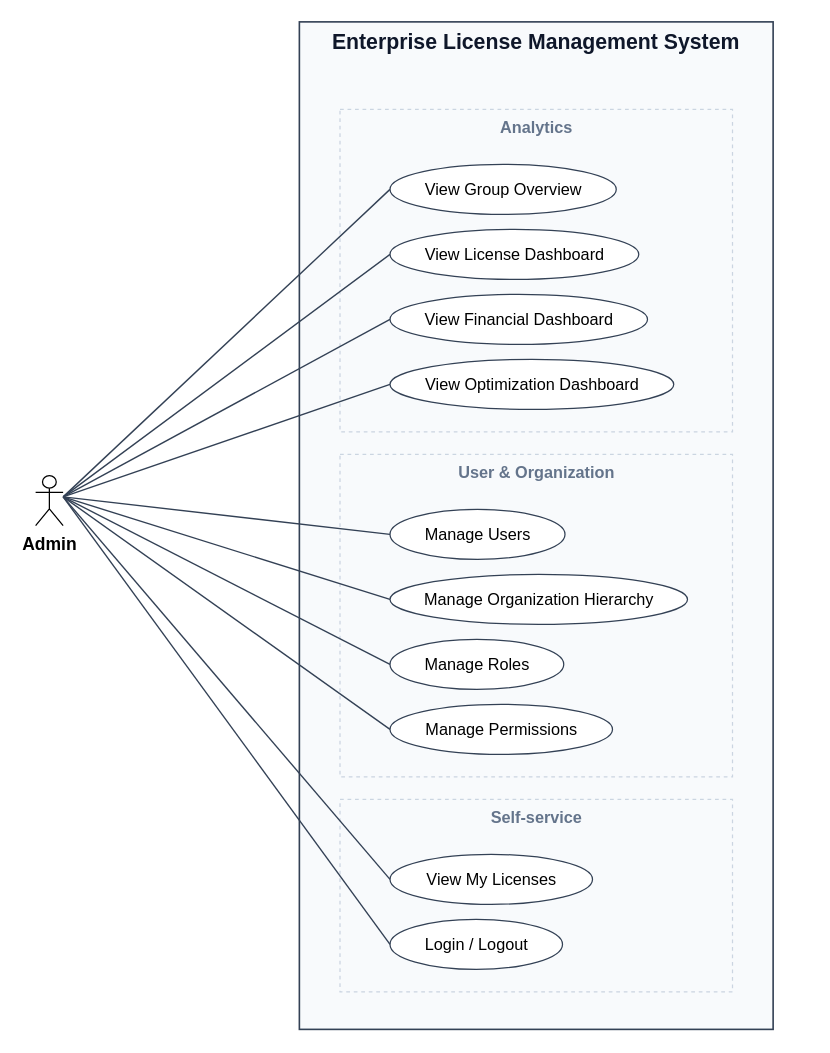
Above: docs/diagrams/out/uc_admin.drawio in cuonglpv/VFast (draw.io), before the change. Source tidied: cells renumbered, new cells numbered last; positions are measured from the earlier drawing's top-left corner, leaving out a move shared by most shapes. Both pictures are drawn from the tidied source at 125%, with x=0, y=0 at pixel (35, 21).
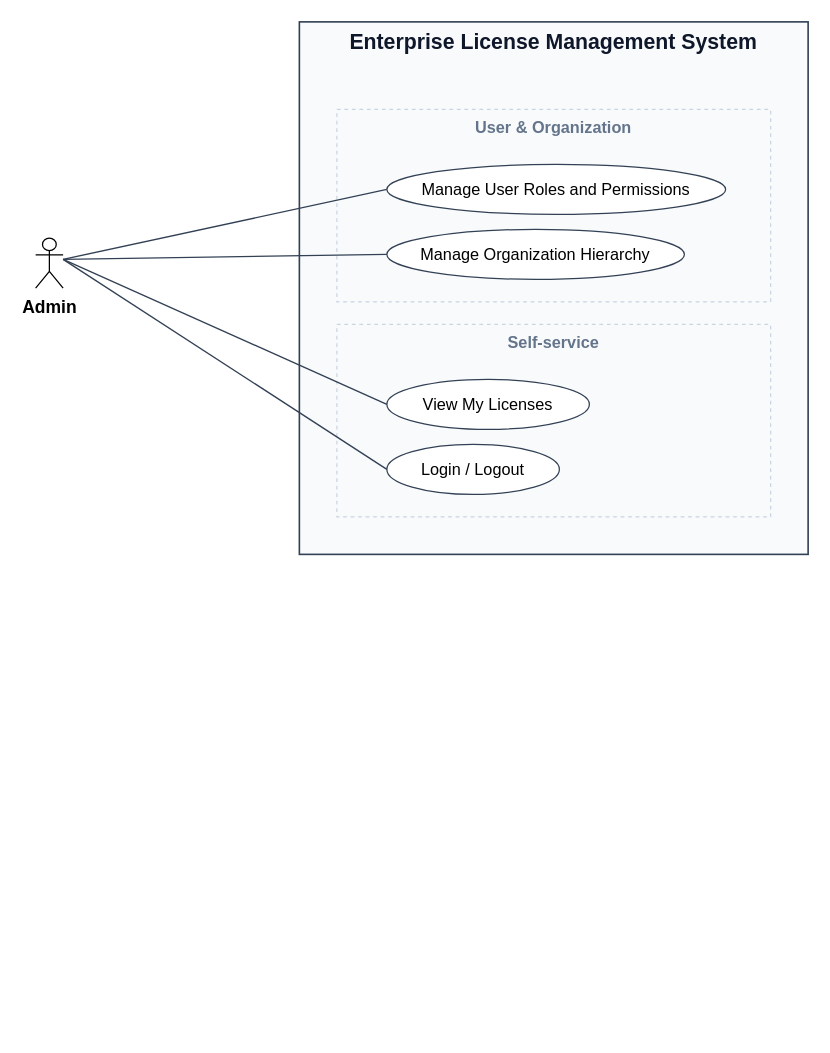
Above is the later version.

The edit, as a diff of the source:
```diff
@@
     <mxCell id="2" value="Enterprise License Management System" style="rounded=0;arcSize=0;absoluteArcSize=1;whiteSpace=wrap;html=1;fillColor=#F8FAFC;strokeColor=#334155;strokeWidth=1.3;fontSize=17;fontColor=#0f172a;align=center;verticalAlign=top;fontStyle=1;" parent="1" vertex="1">
-      <mxGeometry x="211" width="379" height="806" as="geometry" />
+      <mxGeometry x="211" width="407" height="426" as="geometry" />
     </mxCell>
-    <mxCell id="3" value="Analytics" style="rounded=0;arcSize=0;absoluteArcSize=1;whiteSpace=wrap;html=1;fillColor=#F8FAFC;strokeColor=#CBD5E1;strokeWidth=1;fontSize=13;fontColor=#64748B;align=center;verticalAlign=top;dashed=1;fontStyle=1;" parent="1" vertex="1">
-      <mxGeometry x="243.5" y="70" width="314" height="258" as="geometry" />
+    <mxCell id="3" value="User &amp;amp; Organization" style="rounded=0;arcSize=0;absoluteArcSize=1;whiteSpace=wrap;html=1;fillColor=#F8FAFC;strokeColor=#CBD5E1;strokeWidth=1;fontSize=13;fontColor=#64748B;align=center;verticalAlign=top;dashed=1;fontStyle=1;" parent="1" vertex="1">
+      <mxGeometry x="241" y="70" width="347" height="154" as="geometry" />
     </mxCell>
-    <mxCell id="4" value="View Group Overview" style="ellipse;whiteSpace=wrap;html=1;fillColor=#ffffff;strokeColor=#334155;fontSize=13;fontColor=#000000;" parent="1" vertex="1">
-      <mxGeometry x="283.5" y="114" width="181" height="40" as="geometry" />
+    <mxCell id="4" value="Manage User Roles and Permissions" style="ellipse;whiteSpace=wrap;html=1;fillColor=#ffffff;strokeColor=#334155;fontSize=13;fontColor=#000000;" parent="1" vertex="1">
+      <mxGeometry x="281" y="114" width="271" height="40" as="geometry" />
     </mxCell>
-    <mxCell id="5" value="View License Dashboard" style="ellipse;whiteSpace=wrap;html=1;fillColor=#ffffff;strokeColor=#334155;fontSize=13;fontColor=#000000;" parent="1" vertex="1">
-      <mxGeometry x="283.5" y="166" width="199" height="40" as="geometry" />
+    <mxCell id="5" value="Manage Organization Hierarchy" style="ellipse;whiteSpace=wrap;html=1;fillColor=#ffffff;strokeColor=#334155;fontSize=13;fontColor=#000000;" parent="1" vertex="1">
+      <mxGeometry x="281" y="166" width="238" height="40" as="geometry" />
     </mxCell>
-    <mxCell id="6" value="View Financial Dashboard" style="ellipse;whiteSpace=wrap;html=1;fillColor=#ffffff;strokeColor=#334155;fontSize=13;fontColor=#000000;" parent="1" vertex="1">
-      <mxGeometry x="283.5" y="218" width="206" height="40" as="geometry" />
+    <mxCell id="6" value="Self-service" style="rounded=0;arcSize=0;absoluteArcSize=1;whiteSpace=wrap;html=1;fillColor=#F8FAFC;strokeColor=#CBD5E1;strokeWidth=1;fontSize=13;fontColor=#64748B;align=center;verticalAlign=top;dashed=1;fontStyle=1;" parent="1" vertex="1">
+      <mxGeometry x="241" y="242" width="347" height="154" as="geometry" />
     </mxCell>
-    <mxCell id="7" value="View Optimization Dashboard" style="ellipse;whiteSpace=wrap;html=1;fillColor=#ffffff;strokeColor=#334155;fontSize=13;fontColor=#000000;" parent="1" vertex="1">
-      <mxGeometry x="283.5" y="270" width="227" height="40" as="geometry" />
+    <mxCell id="7" value="View My Licenses" style="ellipse;whiteSpace=wrap;html=1;fillColor=#ffffff;strokeColor=#334155;fontSize=13;fontColor=#000000;" parent="1" vertex="1">
+      <mxGeometry x="281" y="286" width="162" height="40" as="geometry" />
     </mxCell>
-    <mxCell id="8" value="User &amp;amp; Organization" style="rounded=0;arcSize=0;absoluteArcSize=1;whiteSpace=wrap;html=1;fillColor=#F8FAFC;strokeColor=#CBD5E1;strokeWidth=1;fontSize=13;fontColor=#64748B;align=center;verticalAlign=top;dashed=1;fontStyle=1;" parent="1" vertex="1">
-      <mxGeometry x="243.5" y="346" width="314" height="258" as="geometry" />
+    <mxCell id="8" value="Login / Logout" style="ellipse;whiteSpace=wrap;html=1;fillColor=#ffffff;strokeColor=#334155;fontSize=13;fontColor=#000000;" parent="1" vertex="1">
+      <mxGeometry x="281" y="338" width="138" height="40" as="geometry" />
     </mxCell>
-    <mxCell id="9" value="Manage Users" style="ellipse;whiteSpace=wrap;html=1;fillColor=#ffffff;strokeColor=#334155;fontSize=13;fontColor=#000000;" parent="1" vertex="1">
-      <mxGeometry x="283.5" y="390" width="140" height="40" as="geometry" />
+    <mxCell id="9" value="Admin" style="shape=umlActor;html=1;verticalLabelPosition=bottom;verticalAlign=top;labelPosition=center;align=center;fontSize=14;fontStyle=1;" parent="1" vertex="1">
+      <mxGeometry y="173" width="22" height="40" as="geometry" />
     </mxCell>
-    <mxCell id="10" value="Manage Organization Hierarchy" style="ellipse;whiteSpace=wrap;html=1;fillColor=#ffffff;strokeColor=#334155;fontSize=13;fontColor=#000000;" parent="1" vertex="1">
-      <mxGeometry x="283.5" y="442" width="238" height="40" as="geometry" />
+    <mxCell id="10" style="html=1;rounded=0;endArrow=none;endFill=0;startArrow=none;startFill=0;strokeColor=#334155;strokeWidth=1.1;" parent="1" edge="1">
+      <mxGeometry relative="1" as="geometry">
+        <mxPoint x="22" y="190" as="sourcePoint" />
+        <mxPoint x="281" y="134" as="targetPoint" />
+      </mxGeometry>
     </mxCell>
-    <mxCell id="11" value="Manage Roles" style="ellipse;whiteSpace=wrap;html=1;fillColor=#ffffff;strokeColor=#334155;fontSize=13;fontColor=#000000;" parent="1" vertex="1">
-      <mxGeometry x="283.5" y="494" width="139" height="40" as="geometry" />
+    <mxCell id="11" style="html=1;rounded=0;endArrow=none;endFill=0;startArrow=none;startFill=0;strokeColor=#334155;strokeWidth=1.1;" parent="1" edge="1">
+      <mxGeometry relative="1" as="geometry">
+        <mxPoint x="22" y="190" as="sourcePoint" />
+        <mxPoint x="281" y="186" as="targetPoint" />
+      </mxGeometry>
     </mxCell>
-    <mxCell id="12" value="Manage Permissions" style="ellipse;whiteSpace=wrap;html=1;fillColor=#ffffff;strokeColor=#334155;fontSize=13;fontColor=#000000;" parent="1" vertex="1">
-      <mxGeometry x="283.5" y="546" width="178" height="40" as="geometry" />
+    <mxCell id="12" style="html=1;rounded=0;endArrow=none;endFill=0;startArrow=none;startFill=0;strokeColor=#334155;strokeWidth=1.1;" parent="1" edge="1">
+      <mxGeometry relative="1" as="geometry">
+        <mxPoint x="22" y="190" as="sourcePoint" />
+        <mxPoint x="281" y="306" as="targetPoint" />
+      </mxGeometry>
     </mxCell>
-    <mxCell id="13" value="Self-service" style="rounded=0;arcSize=0;absoluteArcSize=1;whiteSpace=wrap;html=1;fillColor=#F8FAFC;strokeColor=#CBD5E1;strokeWidth=1;fontSize=13;fontColor=#64748B;align=center;verticalAlign=top;dashed=1;fontStyle=1;" parent="1" vertex="1">
-      <mxGeometry x="243.5" y="622" width="314" height="154" as="geometry" />
+    <mxCell id="13" style="html=1;rounded=0;endArrow=none;endFill=0;startArrow=none;startFill=0;strokeColor=#334155;strokeWidth=1.1;" parent="1" edge="1">
+      <mxGeometry relative="1" as="geometry">
+        <mxPoint x="22" y="190" as="sourcePoint" />
+        <mxPoint x="281" y="358" as="targetPoint" />
+      </mxGeometry>
     </mxCell>
-    <mxCell id="14" value="View My Licenses" style="ellipse;whiteSpace=wrap;html=1;fillColor=#ffffff;strokeColor=#334155;fontSize=13;fontColor=#000000;" parent="1" vertex="1">
-      <mxGeometry x="283.5" y="666" width="162" height="40" as="geometry" />
-    </mxCell>
-    <mxCell id="15" value="Login / Logout" style="ellipse;whiteSpace=wrap;html=1;fillColor=#ffffff;strokeColor=#334155;fontSize=13;fontColor=#000000;" parent="1" vertex="1">
-      <mxGeometry x="283.5" y="718" width="138" height="40" as="geometry" />
-    </mxCell>
-    <mxCell id="16" value="Admin" style="shape=umlActor;html=1;verticalLabelPosition=bottom;verticalAlign=top;labelPosition=center;align=center;fontSize=14;fontStyle=1;" parent="1" vertex="1">
-      <mxGeometry y="363" width="22" height="40" as="geometry" />
-    </mxCell>
-    <mxCell id="17" style="html=1;rounded=0;endArrow=none;endFill=0;startArrow=none;startFill=0;strokeColor=#334155;strokeWidth=1.1;" parent="1" edge="1">
-      <mxGeometry relative="1" as="geometry">
-        <mxPoint x="22" y="380" as="sourcePoint" />
-        <mxPoint x="283.5" y="134" as="targetPoint" />
-      </mxGeometry>
-    </mxCell>
-    <mxCell id="18" style="html=1;rounded=0;endArrow=none;endFill=0;startArrow=none;startFill=0;strokeColor=#334155;strokeWidth=1.1;" parent="1" edge="1">
-      <mxGeometry relative="1" as="geometry">
-        <mxPoint x="22" y="380" as="sourcePoint" />
-        <mxPoint x="283.5" y="186" as="targetPoint" />
-      </mxGeometry>
-    </mxCell>
-    <mxCell id="19" style="html=1;rounded=0;endArrow=none;endFill=0;startArrow=none;startFill=0;strokeColor=#334155;strokeWidth=1.1;" parent="1" edge="1">
-      <mxGeometry relative="1" as="geometry">
-        <mxPoint x="22" y="380" as="sourcePoint" />
-        <mxPoint x="283.5" y="238" as="targetPoint" />
-      </mxGeometry>
-    </mxCell>
-    <mxCell id="20" style="html=1;rounded=0;endArrow=none;endFill=0;startArrow=none;startFill=0;strokeColor=#334155;strokeWidth=1.1;" parent="1" edge="1">
-      <mxGeometry relative="1" as="geometry">
-        <mxPoint x="22" y="380" as="sourcePoint" />
-        <mxPoint x="283.5" y="290" as="targetPoint" />
-      </mxGeometry>
-    </mxCell>
-    <mxCell id="21" style="html=1;rounded=0;endArrow=none;endFill=0;startArrow=none;startFill=0;strokeColor=#334155;strokeWidth=1.1;" parent="1" edge="1">
-      <mxGeometry relative="1" as="geometry">
-        <mxPoint x="22" y="380" as="sourcePoint" />
-        <mxPoint x="283.5" y="410" as="targetPoint" />
-      </mxGeometry>
-    </mxCell>
-    <mxCell id="22" style="html=1;rounded=0;endArrow=none;endFill=0;startArrow=none;startFill=0;strokeColor=#334155;strokeWidth=1.1;" parent="1" edge="1">
-      <mxGeometry relative="1" as="geometry">
-        <mxPoint x="22" y="380" as="sourcePoint" />
-        <mxPoint x="283.5" y="462" as="targetPoint" />
-      </mxGeometry>
-    </mxCell>
-    <mxCell id="23" style="html=1;rounded=0;endArrow=none;endFill=0;startArrow=none;startFill=0;strokeColor=#334155;strokeWidth=1.1;" parent="1" edge="1">
-      <mxGeometry relative="1" as="geometry">
-        <mxPoint x="22" y="380" as="sourcePoint" />
-        <mxPoint x="283.5" y="514" as="targetPoint" />
-      </mxGeometry>
-    </mxCell>
-    <mxCell id="24" style="html=1;rounded=0;endArrow=none;endFill=0;startArrow=none;startFill=0;strokeColor=#334155;strokeWidth=1.1;" parent="1" edge="1">
-      <mxGeometry relative="1" as="geometry">
-        <mxPoint x="22" y="380" as="sourcePoint" />
-        <mxPoint x="283.5" y="566" as="targetPoint" />
-      </mxGeometry>
-    </mxCell>
-    <mxCell id="25" style="html=1;rounded=0;endArrow=none;endFill=0;startArrow=none;startFill=0;strokeColor=#334155;strokeWidth=1.1;" parent="1" edge="1">
-      <mxGeometry relative="1" as="geometry">
-        <mxPoint x="22" y="380" as="sourcePoint" />
-        <mxPoint x="283.5" y="686" as="targetPoint" />
-      </mxGeometry>
-    </mxCell>
-    <mxCell id="26" style="html=1;rounded=0;endArrow=none;endFill=0;startArrow=none;startFill=0;strokeColor=#334155;strokeWidth=1.1;" parent="1" edge="1">
-      <mxGeometry relative="1" as="geometry">
-        <mxPoint x="22" y="380" as="sourcePoint" />
-        <mxPoint x="283.5" y="738" as="targetPoint" />
-      </mxGeometry>
-    </mxCell>
```
